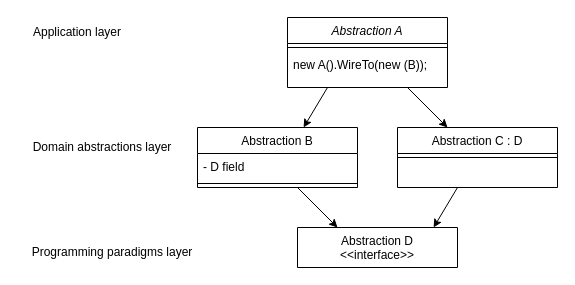
The draw.io diagram resources/WiringPattern.drawio in johnspray74/ALAAsciiDoc, before the edit. Source tidied: cells renumbered, new cells numbered last; positions are measured from the earlier drawing's top-left corner, leaving out a move shared by most shapes. Both pictures are drawn from the tidied source at 100%, with x=0, y=0 at pixel (17, 17).
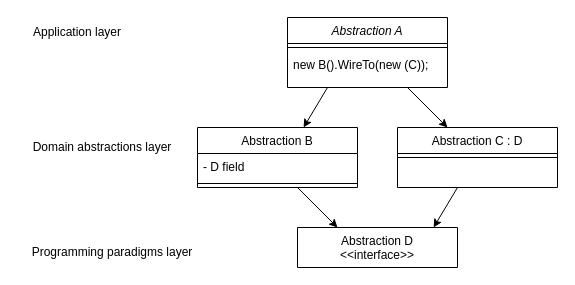
After the change.

Unchanged cells that the change refers to:
```xml
<mxCell id="2" value="Abstraction A" style="swimlane;fontStyle=2;align=center;verticalAlign=top;horizontal=1;startSize=26;rounded=0;shadow=0;strokeWidth=1;" parent="1" vertex="1">
  <mxGeometry x="270" width="160" height="70" as="geometry" />
</mxCell>
```

What changed in the source:
```diff
@@
-    <mxCell id="4" value="new A().WireTo(new (B));" style="text;align=left;verticalAlign=top;spacingLeft=4;spacingRight=4;overflow=hidden;" parent="2" vertex="1">
+    <mxCell id="4" value="new B().WireTo(new (C));" style="text;align=left;verticalAlign=top;spacingLeft=4;spacingRight=4;overflow=hidden;" parent="2" vertex="1">
       <mxGeometry y="34" width="160" height="26" as="geometry" />
     </mxCell>
```
